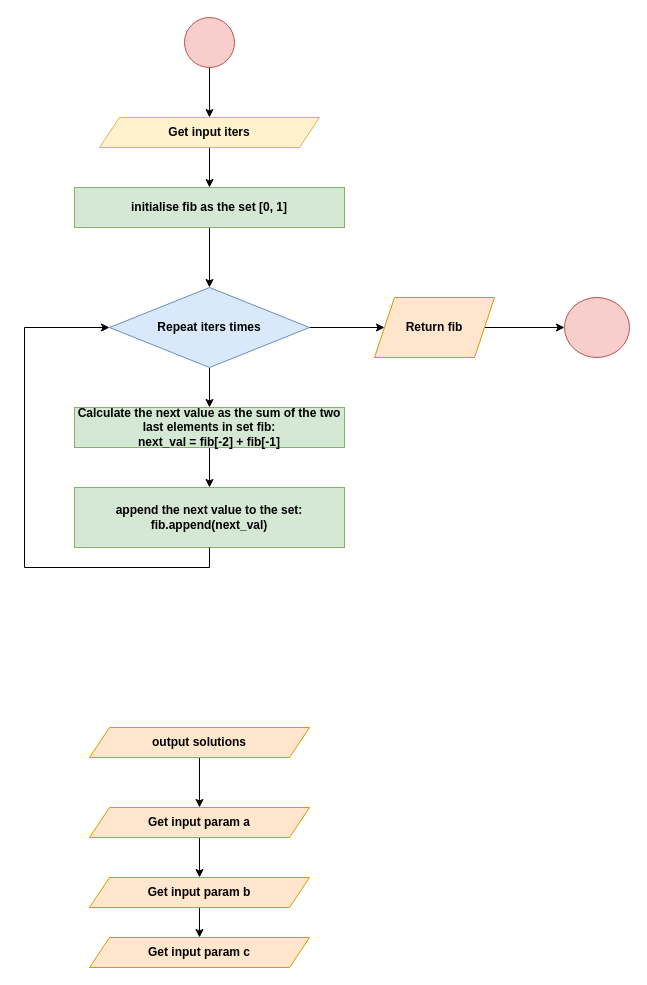
ffraile/computer_science_tutorials keeps this draw.io diagram as Programming/Extra Exercises/img/fibonacci.drawio. Above is the earlier version. Source tidied: cells renumbered, new cells numbered last; positions are measured from the earlier drawing's top-left corner, leaving out a move shared by most shapes. Both pictures are drawn from the tidied source at 100%, with x=0, y=0 at pixel (24, 17).
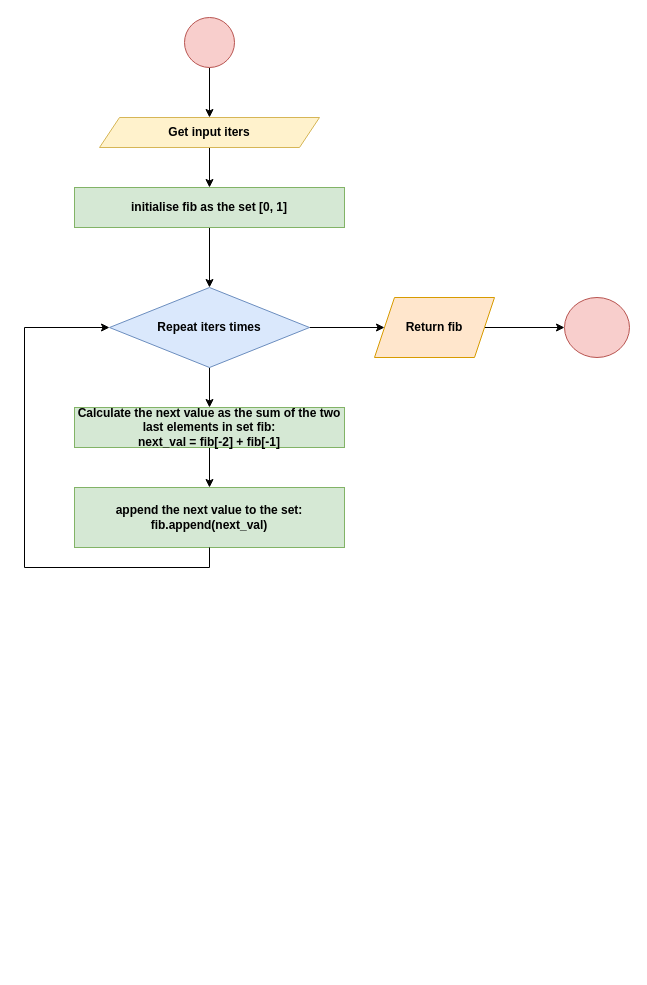
The same page after the edit.

The edit, as a diff of the source:
```diff
@@
-    <mxCell id="12" style="edgeStyle=orthogonalEdgeStyle;rounded=0;jettySize=auto;html=1;" parent="1" edge="1" source="13" target="15">
-      <mxGeometry relative="1" as="geometry" />
-    </mxCell>
-    <mxCell id="13" value="output solutions" style="shape=parallelogram;perimeter=parallelogramPerimeter;whiteSpace=wrap;html=1;fixedSize=1;fillColor=#ffe6cc;strokeColor=#d79b00;fontStyle=1;" parent="1" vertex="1">
-      <mxGeometry x="65" y="710" width="220" height="30" as="geometry" />
-    </mxCell>
-    <mxCell id="14" style="edgeStyle=orthogonalEdgeStyle;rounded=0;jettySize=auto;html=1;entryX=0.5;entryY=0;entryDx=0;entryDy=0;" parent="1" edge="1" source="15" target="17">
-      <mxGeometry relative="1" as="geometry" />
-    </mxCell>
-    <mxCell id="15" value="Get input param a" style="shape=parallelogram;perimeter=parallelogramPerimeter;whiteSpace=wrap;html=1;fixedSize=1;fillColor=#ffe6cc;strokeColor=#d79b00;fontStyle=1;" parent="1" vertex="1">
-      <mxGeometry x="65" y="790" width="220" height="30" as="geometry" />
-    </mxCell>
-    <mxCell id="16" style="edgeStyle=orthogonalEdgeStyle;rounded=0;jettySize=auto;html=1;entryX=0.5;entryY=0;entryDx=0;entryDy=0;" parent="1" edge="1" source="17" target="18">
-      <mxGeometry relative="1" as="geometry" />
-    </mxCell>
-    <mxCell id="17" value="Get input param b" style="shape=parallelogram;perimeter=parallelogramPerimeter;whiteSpace=wrap;html=1;fixedSize=1;fillColor=#ffe6cc;strokeColor=#d79b00;fontStyle=1;" parent="1" vertex="1">
-      <mxGeometry x="65" y="860" width="220" height="30" as="geometry" />
-    </mxCell>
-    <mxCell id="18" value="Get input param c" style="shape=parallelogram;perimeter=parallelogramPerimeter;whiteSpace=wrap;html=1;fixedSize=1;fillColor=#ffe6cc;strokeColor=#d79b00;fontStyle=1;" parent="1" vertex="1">
-      <mxGeometry x="65" y="920" width="220" height="30" as="geometry" />
-    </mxCell>
```
